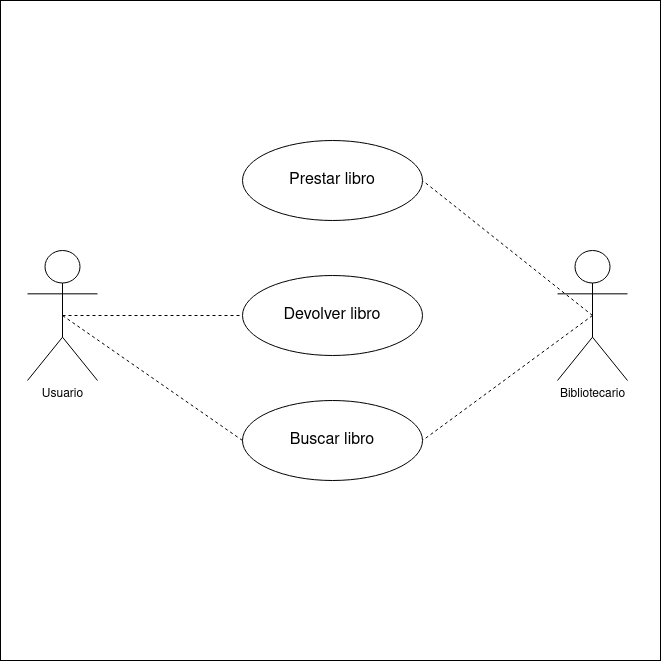
This is casos de uso biblioteca.drawio.png from GermanOjeda/Tarea-ETS, a draw.io export, as it was before one commit. Source tidied: cells renumbered, new cells last; positions are measured from the earlier drawing's top-left corner, leaving out a move shared by most shapes.
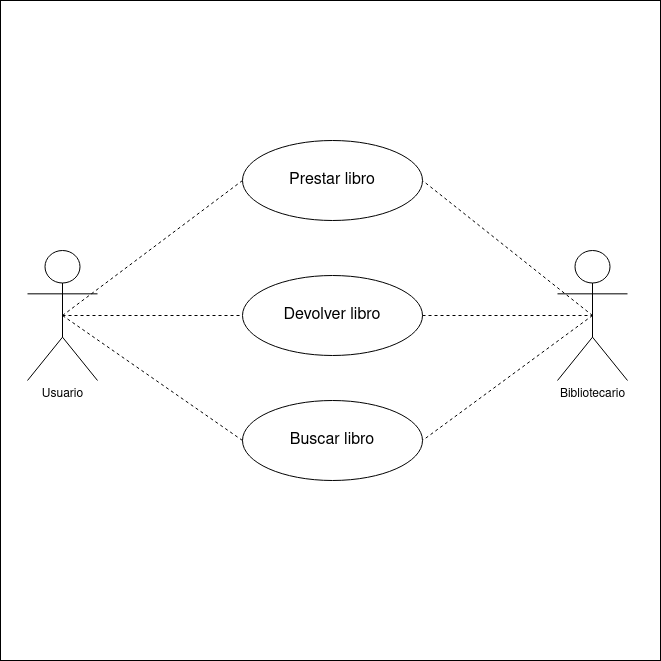
After the commit.

The edit, as a diff of the source:
```diff
@@ -8,6 +8,9 @@
     <mxCell id="3" style="rounded=0;jettySize=auto;html=1;exitX=0.5;exitY=0.5;exitDx=0;exitDy=0;exitPerimeter=0;entryX=0;entryY=0.5;entryDx=0;entryDy=0;endArrow=none;endFill=0;dashed=1;" parent="1" edge="1" source="4" target="9">
       <mxGeometry relative="1" as="geometry" />
     </mxCell>
+    <mxCell id="12" style="rounded=0;jettySize=auto;html=1;exitX=0.5;exitY=0.5;exitDx=0;exitDy=0;exitPerimeter=0;entryX=0;entryY=0.5;entryDx=0;entryDy=0;dashed=1;endArrow=none;endFill=0;" parent="1" edge="1" source="4" target="8">
+      <mxGeometry relative="1" as="geometry" />
+    </mxCell>
     <mxCell id="4" value="&lt;div&gt;Usuario&lt;/div&gt;" style="shape=umlActor;verticalLabelPosition=bottom;verticalAlign=top;html=1;outlineConnect=0;" parent="1" vertex="1">
       <mxGeometry x="27" y="250" width="70" height="130" as="geometry" />
     </mxCell>
@@ -32,5 +35,8 @@
     <mxCell id="11" style="rounded=0;jettySize=auto;html=1;exitX=0;exitY=0.5;exitDx=0;exitDy=0;entryX=0.5;entryY=0.5;entryDx=0;entryDy=0;entryPerimeter=0;endArrow=none;endFill=0;dashed=1;" parent="1" edge="1" source="10" target="4">
       <mxGeometry relative="1" as="geometry" />
     </mxCell>
+    <mxCell id="13" style="rounded=0;jettySize=auto;html=1;exitX=1;exitY=0.5;exitDx=0;exitDy=0;entryX=0.5;entryY=0.5;entryDx=0;entryDy=0;entryPerimeter=0;endArrow=none;endFill=0;dashed=1;" parent="1" edge="1" source="9" target="7">
+      <mxGeometry relative="1" as="geometry" />
+    </mxCell>
   </root>
 </mxGraphModel>
```
